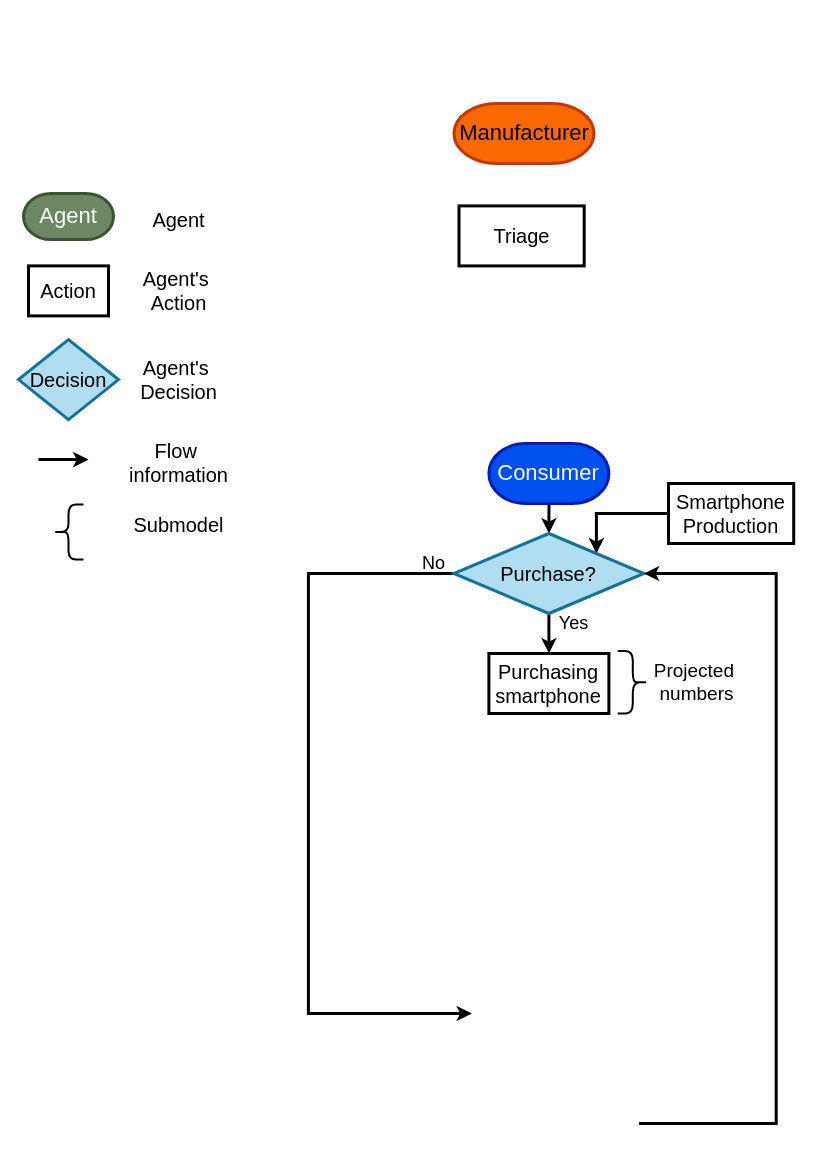
Earlier version of the draw.io diagram supplementary/manufacturer_decision_tree.drawio (jungletada/ABMSF). Source tidied: cells renumbered, new cells numbered last; positions are measured from the earlier drawing's top-left corner, leaving out a move shared by most shapes. Both pictures are drawn from the tidied source at 100%, with x=0, y=0 at pixel (18, 103).
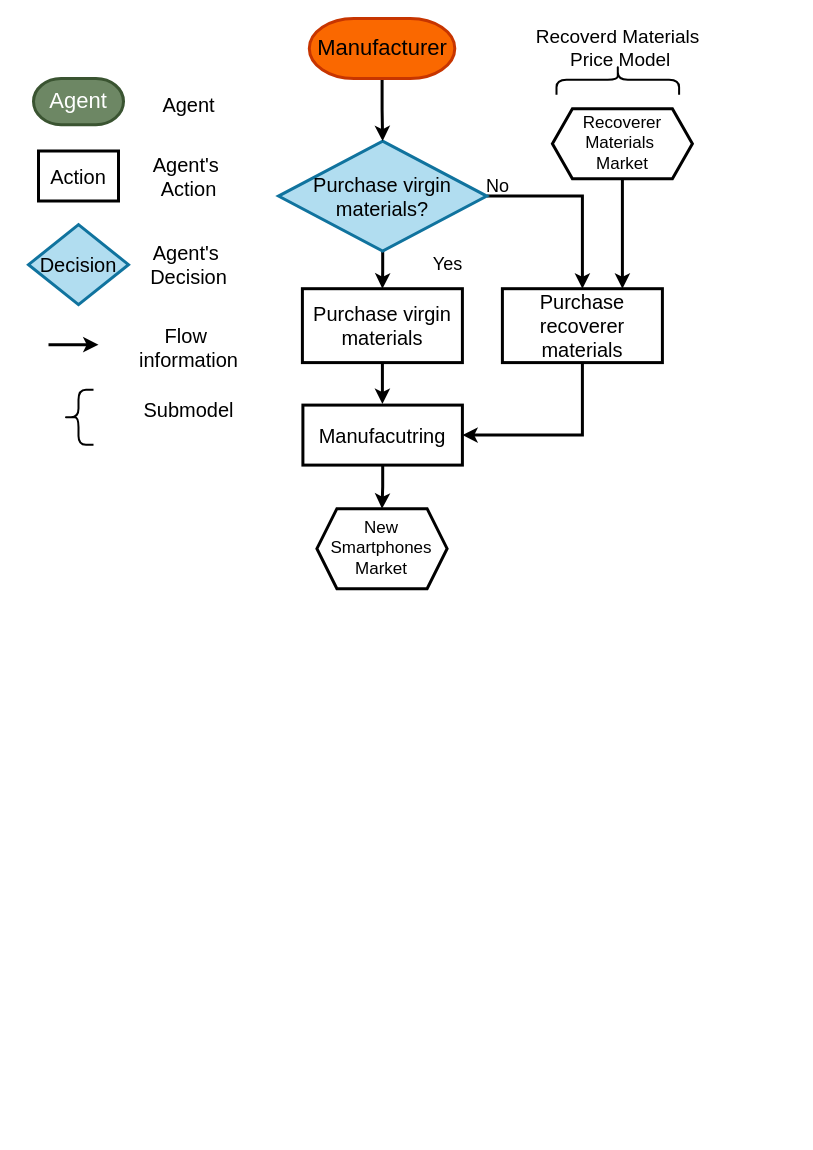
After the change.

Change to the diagram source:
```diff
@@
     <mxCell id="2" style="shape=curlyBracket;whiteSpace=wrap;html=1;rounded=1;labelPosition=left;verticalLabelPosition=middle;align=right;verticalAlign=middle;size=0.5;strokeWidth=2;" parent="1" vertex="1">
-      <mxGeometry x="35" y="401.1" width="30" height="55" as="geometry" />
+      <mxGeometry x="45" y="286.2" width="30" height="55" as="geometry" />
     </mxCell>
     <mxCell id="3" value="&lt;font style=&quot;font-size: 20px;&quot;&gt;Submodel&lt;/font&gt;" style="text;html=1;align=center;verticalAlign=middle;strokeColor=none;fillColor=none;" parent="1" vertex="1">
-      <mxGeometry x="105" y="401.1" width="110" height="40" as="geometry" />
+      <mxGeometry x="115" y="286.2" width="110" height="40" as="geometry" />
     </mxCell>
     <mxCell id="4" style="endArrow=classic;html=1;rounded=0;strokeWidth=3;" parent="1" edge="1">
       <mxGeometry relative="1" as="geometry">
-        <mxPoint x="20" y="356.1" as="sourcePoint" />
-        <mxPoint x="70" y="356.1" as="targetPoint" />
+        <mxPoint x="30" y="241.2" as="sourcePoint" />
+        <mxPoint x="80" y="241.2" as="targetPoint" />
       </mxGeometry>
     </mxCell>
     <mxCell id="5" value="&lt;font style=&quot;font-size: 20px;&quot;&gt;Flow&amp;nbsp;&lt;/font&gt;&lt;div&gt;&lt;font style=&quot;font-size: 20px;&quot;&gt;information&lt;/font&gt;&lt;/div&gt;" style="text;html=1;align=center;verticalAlign=middle;strokeColor=none;fillColor=none;" parent="1" vertex="1">
-      <mxGeometry x="100" y="328.6" width="120" height="60" as="geometry" />
+      <mxGeometry x="110" y="213.8" width="120" height="60" as="geometry" />
     </mxCell>
     <mxCell id="6" value="&lt;font style=&quot;font-size: 20px;&quot;&gt;Decision&lt;/font&gt;" style="rhombus;whiteSpace=wrap;html=1;fontSize=20;strokeWidth=3;fillColor=#b1ddf0;strokeColor=#10739e;" parent="1" vertex="1">
-      <mxGeometry y="236.1" width="100" height="80" as="geometry" />
+      <mxGeometry x="10" y="121.2" width="100" height="80" as="geometry" />
     </mxCell>
     <mxCell id="7" value="&lt;span style=&quot;font-size: 20px;&quot;&gt;Agent's&amp;nbsp;&lt;/span&gt;&lt;div&gt;&lt;span style=&quot;font-size: 20px;&quot;&gt;Decision&lt;/span&gt;&lt;/div&gt;" style="text;html=1;align=center;verticalAlign=middle;strokeColor=none;fillColor=none;" parent="1" vertex="1">
-      <mxGeometry x="110" y="246.1" width="100" height="60" as="geometry" />
+      <mxGeometry x="120" y="131.2" width="100" height="60" as="geometry" />
     </mxCell>
     <mxCell id="8" value="Action" style="rounded=0;whiteSpace=wrap;html=1;fontSize=20;strokeWidth=3;" parent="1" vertex="1">
-      <mxGeometry x="10" y="162.4" width="80" height="50" as="geometry" />
+      <mxGeometry x="20" y="47.5" width="80" height="50" as="geometry" />
     </mxCell>
     <mxCell id="9" value="&lt;span style=&quot;font-size: 20px;&quot;&gt;Agent's&amp;nbsp;&lt;/span&gt;&lt;div&gt;&lt;span style=&quot;font-size: 20px;&quot;&gt;Action&lt;/span&gt;&lt;/div&gt;" style="text;html=1;align=center;verticalAlign=middle;strokeColor=none;fillColor=none;" parent="1" vertex="1">
-      <mxGeometry x="110" y="157.4" width="100" height="60" as="geometry" />
+      <mxGeometry x="120" y="42.5" width="100" height="60" as="geometry" />
     </mxCell>
     <mxCell id="10" value="&lt;span style=&quot;color: rgb(255, 255, 255); font-size: 22px;&quot;&gt;Agent&lt;/span&gt;" style="strokeWidth=3;html=1;shape=mxgraph.flowchart.terminator;whiteSpace=wrap;fillColor=#6d8764;strokeColor=#3A5431;fontColor=#ffffff;" parent="1" vertex="1">
-      <mxGeometry x="5" y="89.9" width="90" height="46.2" as="geometry" />
+      <mxGeometry x="15" y="-25" width="90" height="46.2" as="geometry" />
     </mxCell>
     <mxCell id="11" value="&lt;span style=&quot;font-size: 20px;&quot;&gt;Agent&lt;/span&gt;" style="text;html=1;align=center;verticalAlign=middle;strokeColor=none;fillColor=none;" parent="1" vertex="1">
-      <mxGeometry x="120" y="96.1" width="80" height="40" as="geometry" />
+      <mxGeometry x="130" y="-18.8" width="80" height="40" as="geometry" />
     </mxCell>
-    <mxCell id="12" style="edgeStyle=orthogonalEdgeStyle;rounded=0;jettySize=auto;html=1;exitX=0.5;exitY=1;exitDx=0;exitDy=0;entryX=0.5;entryY=0;entryDx=0;entryDy=0;strokeWidth=3;" parent="1" edge="1" target="15">
-      <mxGeometry relative="1" as="geometry">
-        <mxPoint x="530.5" y="400" as="sourcePoint" />
-      </mxGeometry>
-    </mxCell>
-    <mxCell id="13" style="edgeStyle=orthogonalEdgeStyle;rounded=0;jettySize=auto;html=1;exitX=0.5;exitY=1;exitDx=0;exitDy=0;entryX=0.5;entryY=0;entryDx=0;entryDy=0;strokeWidth=3;" parent="1" edge="1" source="15" target="16">
+    <mxCell id="13" style="edgeStyle=orthogonalEdgeStyle;rounded=0;jettySize=auto;html=1;exitX=1;exitY=0.5;exitDx=0;exitDy=0;entryX=0.5;entryY=0;entryDx=0;entryDy=0;strokeWidth=3;" parent="1" edge="1" source="15" target="16">
       <mxGeometry relative="1" as="geometry" />
     </mxCell>
-    <mxCell id="14" style="edgeStyle=orthogonalEdgeStyle;rounded=0;jettySize=auto;html=1;entryX=0;entryY=0.5;entryDx=0;entryDy=0;exitX=0;exitY=0.5;exitDx=0;exitDy=0;strokeWidth=3;" parent="1" edge="1" source="15">
-      <mxGeometry relative="1" as="geometry">
-        <mxPoint x="453.5" y="910" as="targetPoint" />
-        <Array as="points">
-          <mxPoint x="289.9" y="470" />
-          <mxPoint x="289.9" y="910" />
-        </Array>
-      </mxGeometry>
-    </mxCell>
+    <mxCell id="27" style="edgeStyle=orthogonalEdgeStyle;rounded=0;jettySize=auto;html=1;entryX=0.5;entryY=0;entryDx=0;entryDy=0;strokeWidth=3;" parent="1" edge="1" source="15" target="32">
+      <mxGeometry relative="1" as="geometry" />
+    </mxCell>
-    <mxCell id="15" value="&lt;font style=&quot;font-size: 20px;&quot;&gt;Purchase?&lt;/font&gt;" style="rhombus;whiteSpace=wrap;html=1;fontSize=20;strokeWidth=3;fillColor=#b1ddf0;strokeColor=#10739e;" parent="1" vertex="1">
-      <mxGeometry x="435.4" y="430" width="190" height="80" as="geometry" />
+    <mxCell id="15" value="&lt;font style=&quot;font-size: 20px;&quot;&gt;Purchase virgin materials?&lt;/font&gt;" style="rhombus;whiteSpace=wrap;html=1;fontSize=20;strokeWidth=3;fillColor=#b1ddf0;strokeColor=#10739e;" parent="1" vertex="1">
+      <mxGeometry x="260" y="37.6" width="208.3" height="110" as="geometry" />
     </mxCell>
+    <mxCell id="28" style="edgeStyle=orthogonalEdgeStyle;rounded=0;jettySize=auto;html=1;entryX=1;entryY=0.5;entryDx=0;entryDy=0;exitX=0.5;exitY=1;exitDx=0;exitDy=0;strokeWidth=3;" parent="1" edge="1" source="16" target="24">
+      <mxGeometry relative="1" as="geometry" />
+    </mxCell>
-    <mxCell id="16" value="Purchasing smartphone" style="rounded=0;whiteSpace=wrap;html=1;fontSize=20;strokeWidth=3;" parent="1" vertex="1">
-      <mxGeometry x="470.4" y="550" width="120" height="60" as="geometry" />
+    <mxCell id="16" value="Purchase recoverer materials" style="rounded=0;whiteSpace=wrap;html=1;fontSize=20;strokeWidth=3;" parent="1" vertex="1">
+      <mxGeometry x="483.9" y="185.2" width="160" height="73.9" as="geometry" />
     </mxCell>
-    <mxCell id="17" style="edgeStyle=orthogonalEdgeStyle;rounded=0;jettySize=auto;html=1;exitX=1;exitY=0.5;exitDx=0;exitDy=0;entryX=1;entryY=0.5;entryDx=0;entryDy=0;strokeWidth=3;" parent="1" edge="1" target="15">
-      <mxGeometry relative="1" as="geometry">
-        <mxPoint x="620.4" y="1020" as="sourcePoint" />
-        <Array as="points">
-          <mxPoint x="757.7" y="1020" />
-          <mxPoint x="757.7" y="470" />
-        </Array>
-      </mxGeometry>
-    </mxCell>
-    <mxCell id="18" value="&lt;span style=&quot;color: rgb(255, 255, 255); font-size: 22px;&quot;&gt;Consumer&lt;/span&gt;" style="strokeWidth=3;html=1;shape=mxgraph.flowchart.terminator;whiteSpace=wrap;fillColor=#0050ef;strokeColor=#001DBC;fontColor=#ffffff;" parent="1" vertex="1">
-      <mxGeometry x="470.4" y="340" width="120" height="60" as="geometry" />
-    </mxCell>
-    <mxCell id="19" value="&lt;font style=&quot;font-size: 19px;&quot;&gt;Projected&amp;nbsp;&lt;/font&gt;&lt;div style=&quot;font-size: 19px;&quot;&gt;&lt;font style=&quot;font-size: 19px;&quot;&gt;numbers&lt;/font&gt;&lt;/div&gt;" style="text;html=1;align=center;verticalAlign=middle;strokeColor=none;fillColor=none;" parent="1" vertex="1">
-      <mxGeometry x="623.3" y="548.7" width="110" height="60" as="geometry" />
+    <mxCell id="19" value="&lt;span style=&quot;font-size: 19px;&quot;&gt;Recoverd Materials&lt;/span&gt;&lt;div&gt;&lt;span style=&quot;font-size: 19px;&quot;&gt;&amp;nbsp;Price Model&lt;/span&gt;&lt;/div&gt;" style="text;html=1;align=center;verticalAlign=middle;strokeColor=none;fillColor=none;" parent="1" vertex="1">
+      <mxGeometry x="504.3" y="-85" width="190" height="60" as="geometry" />
     </mxCell>
     <mxCell id="20" value="&lt;font style=&quot;font-size: 18px;&quot;&gt;Yes&lt;/font&gt;" style="text;html=1;align=center;verticalAlign=middle;strokeColor=none;fillColor=none;" parent="1" vertex="1">
-      <mxGeometry x="530" y="500" width="50" height="40" as="geometry" />
+      <mxGeometry x="404.3" y="141.4" width="50" height="40" as="geometry" />
     </mxCell>
     <mxCell id="21" value="&lt;font style=&quot;font-size: 18px;&quot;&gt;No&lt;/font&gt;" style="text;html=1;align=center;verticalAlign=middle;strokeColor=none;fillColor=none;" parent="1" vertex="1">
-      <mxGeometry x="390.4" y="440" width="50" height="40" as="geometry" />
+      <mxGeometry x="454.3" y="62.6" width="50" height="40" as="geometry" />
     </mxCell>
+    <mxCell id="29" style="edgeStyle=orthogonalEdgeStyle;rounded=0;jettySize=auto;html=1;entryX=0.5;entryY=0;entryDx=0;entryDy=0;strokeWidth=3;" parent="1" edge="1" source="22" target="15">
+      <mxGeometry relative="1" as="geometry" />
+    </mxCell>
     <mxCell id="22" value="&lt;span style=&quot;font-size: 22px;&quot;&gt;Manufacturer&lt;/span&gt;" style="strokeWidth=3;html=1;shape=mxgraph.flowchart.terminator;whiteSpace=wrap;fillColor=#fa6800;fontColor=#000000;strokeColor=#C73500;" parent="1" vertex="1">
-      <mxGeometry x="435.5" width="140" height="60" as="geometry" />
+      <mxGeometry x="290.8" y="-85" width="145.5" height="60" as="geometry" />
     </mxCell>
-    <mxCell id="23" style="edgeStyle=orthogonalEdgeStyle;rounded=0;jettySize=auto;html=1;exitX=0;exitY=0.5;exitDx=0;exitDy=0;entryX=1;entryY=0;entryDx=0;entryDy=0;strokeWidth=3;" parent="1" edge="1" source="24" target="15">
-      <mxGeometry relative="1" as="geometry">
-        <Array as="points">
-          <mxPoint x="578" y="410" />
-        </Array>
-      </mxGeometry>
-    </mxCell>
+    <mxCell id="30" style="edgeStyle=orthogonalEdgeStyle;rounded=0;jettySize=auto;html=1;entryX=0.5;entryY=0;entryDx=0;entryDy=0;strokeWidth=3;" parent="1" edge="1" source="24" target="33">
+      <mxGeometry relative="1" as="geometry" />
+    </mxCell>
-    <mxCell id="24" value="Smartphone Production" style="rounded=0;whiteSpace=wrap;html=1;fontSize=20;strokeWidth=3;" parent="1" vertex="1">
-      <mxGeometry x="650" y="380" width="125.2" height="60" as="geometry" />
+    <mxCell id="24" value="Manufacutring" style="rounded=0;whiteSpace=wrap;html=1;fontSize=20;strokeWidth=3;" parent="1" vertex="1">
+      <mxGeometry x="284.4" y="301.6" width="159.5" height="60" as="geometry" />
     </mxCell>
-    <mxCell id="25" style="shape=curlyBracket;whiteSpace=wrap;html=1;rounded=1;labelPosition=left;verticalLabelPosition=middle;align=right;verticalAlign=middle;size=0.5;strokeWidth=2;rotation=-180;" parent="1" vertex="1">
-      <mxGeometry x="599.3" y="547.4" width="30" height="62.6" as="geometry" />
+    <mxCell id="25" style="shape=curlyBracket;whiteSpace=wrap;html=1;rounded=1;labelPosition=left;verticalLabelPosition=middle;align=right;verticalAlign=middle;size=0.5;strokeWidth=2;rotation=90;" parent="1" vertex="1">
+      <mxGeometry x="584.3" y="-85" width="30" height="122.6" as="geometry" />
     </mxCell>
-    <mxCell id="26" value="Triage" style="rounded=0;whiteSpace=wrap;html=1;fontSize=20;strokeWidth=3;" parent="1" vertex="1">
-      <mxGeometry x="440.5" y="102.4" width="125.2" height="60" as="geometry" />
-    </mxCell>
+    <mxCell id="31" style="edgeStyle=orthogonalEdgeStyle;rounded=0;jettySize=auto;html=1;exitX=0.5;exitY=1;exitDx=0;exitDy=0;strokeWidth=3;" parent="1" edge="1" source="32">
+      <mxGeometry relative="1" as="geometry">
+        <mxPoint x="363.9" y="300.5" as="targetPoint" />
+      </mxGeometry>
+    </mxCell>
+    <mxCell id="32" value="Purchase virgin materials" style="rounded=0;whiteSpace=wrap;html=1;fontSize=20;strokeWidth=3;" parent="1" vertex="1">
+      <mxGeometry x="283.9" y="185.2" width="160" height="73.9" as="geometry" />
+    </mxCell>
+    <mxCell id="33" value="&lt;font style=&quot;font-size: 17px;&quot;&gt;New Smartphones Market&lt;/font&gt;" style="shape=hexagon;perimeter=hexagonPerimeter2;whiteSpace=wrap;html=1;fixedSize=1;strokeWidth=3;" parent="1" vertex="1">
+      <mxGeometry x="298.4" y="405.2" width="130.2" height="80" as="geometry" />
+    </mxCell>
+    <mxCell id="34" style="edgeStyle=orthogonalEdgeStyle;rounded=0;jettySize=auto;html=1;entryX=0.75;entryY=0;entryDx=0;entryDy=0;strokeWidth=3;" parent="1" edge="1" source="35" target="16">
+      <mxGeometry relative="1" as="geometry" />
+    </mxCell>
+    <mxCell id="35" value="&lt;font style=&quot;font-size: 17px;&quot;&gt;&lt;span style=&quot;&quot;&gt;Recoverer Materials&lt;/span&gt;&amp;nbsp;&lt;/font&gt;&lt;div&gt;&lt;font style=&quot;font-size: 17px;&quot;&gt;Market&lt;/font&gt;&lt;/div&gt;" style="shape=hexagon;perimeter=hexagonPerimeter2;whiteSpace=wrap;html=1;fixedSize=1;strokeWidth=3;" parent="1" vertex="1">
+      <mxGeometry x="533.9" y="5.2" width="140" height="70" as="geometry" />
+    </mxCell>
```
